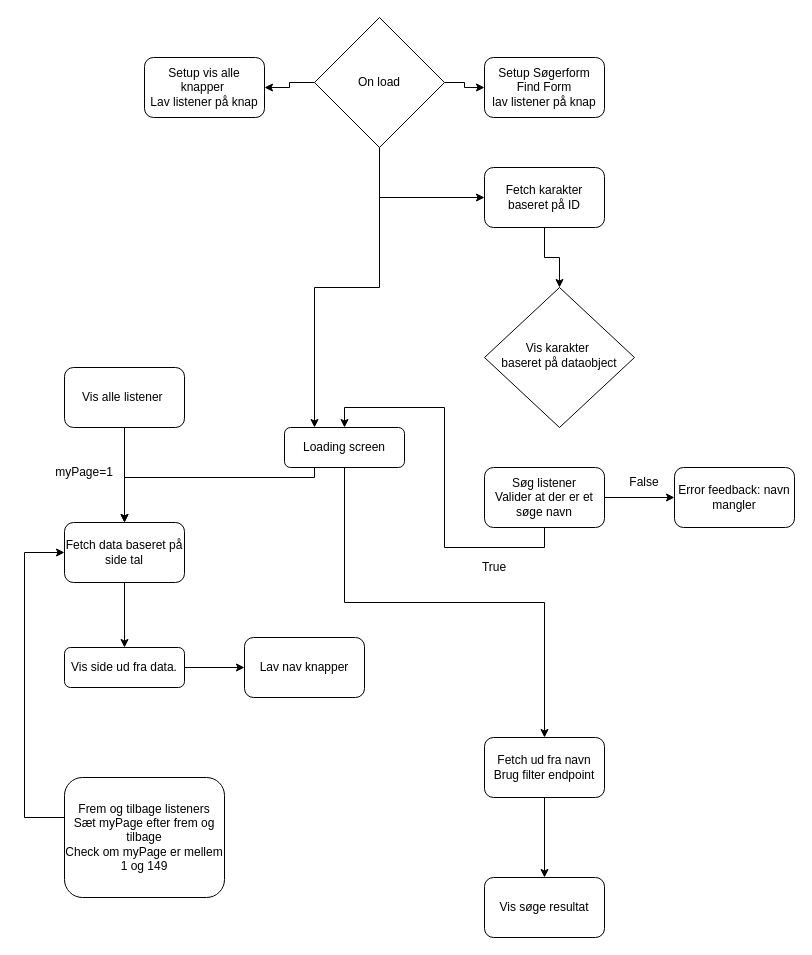
The draw.io diagram Unavngivet diagram.drawio in Highog92/Disney-Sjov, before the edit. Source tidied: cells renumbered, new cells numbered last; positions are measured from the earlier drawing's top-left corner, leaving out a move shared by most shapes. Both pictures are drawn from the tidied source at 100%, with x=0, y=0 at pixel (24, 17).
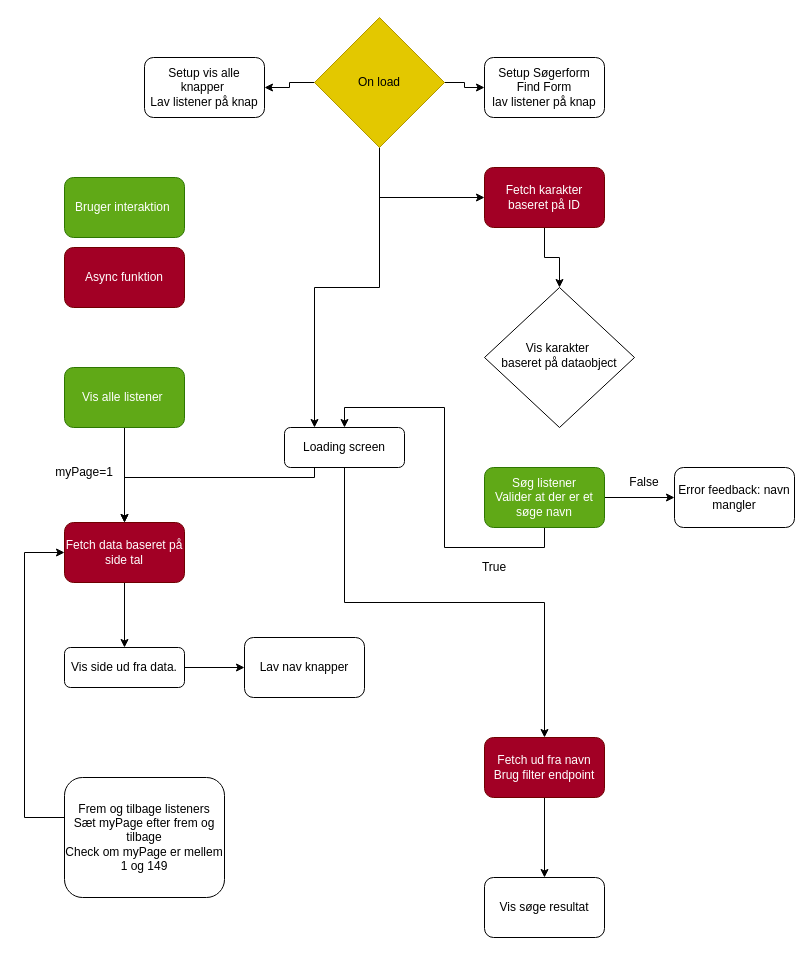
After the change.

What changed in the source:
```diff
@@
-    <mxCell id="9" value="On load" style="rhombus;whiteSpace=wrap;html=1;" parent="1" vertex="1">
+    <mxCell id="9" value="On load" style="rhombus;whiteSpace=wrap;html=1;fillColor=#e3c800;fontColor=#000000;strokeColor=#B09500;" parent="1" vertex="1">
       <mxGeometry x="290" width="130" height="130" as="geometry" />
     </mxCell>
@@
-    <mxCell id="11" value="Fetch karakter baseret på ID" style="rounded=1;whiteSpace=wrap;html=1;" parent="1" vertex="1">
+    <mxCell id="11" value="Fetch karakter baseret på ID" style="rounded=1;whiteSpace=wrap;html=1;fillColor=#a20025;fontColor=#ffffff;strokeColor=#6F0000;" parent="1" vertex="1">
       <mxGeometry x="460" y="150" width="120" height="60" as="geometry" />
     </mxCell>
@@
-    <mxCell id="15" value="Søg listener&lt;br&gt;Valider at der er et søge navn" style="rounded=1;whiteSpace=wrap;html=1;" parent="1" vertex="1">
+    <mxCell id="15" value="Søg listener&lt;br&gt;Valider at der er et søge navn" style="rounded=1;whiteSpace=wrap;html=1;fillColor=#60a917;fontColor=#ffffff;strokeColor=#2D7600;" parent="1" vertex="1">
       <mxGeometry x="460" y="450" width="120" height="60" as="geometry" />
     </mxCell>
@@
-    <mxCell id="18" value="Fetch ud fra navn Brug filter endpoint" style="whiteSpace=wrap;html=1;rounded=1;" parent="1" vertex="1">
+    <mxCell id="18" value="Fetch ud fra navn Brug filter endpoint" style="whiteSpace=wrap;html=1;rounded=1;fillColor=#a20025;fontColor=#ffffff;strokeColor=#6F0000;" parent="1" vertex="1">
       <mxGeometry x="460" y="720" width="120" height="60" as="geometry" />
     </mxCell>
@@
-    <mxCell id="27" value="Vis alle listener&amp;nbsp;" style="rounded=1;whiteSpace=wrap;html=1;" parent="1" vertex="1">
+    <mxCell id="27" value="Vis alle listener&amp;nbsp;" style="rounded=1;whiteSpace=wrap;html=1;fillColor=#60a917;fontColor=#ffffff;strokeColor=#2D7600;" parent="1" vertex="1">
       <mxGeometry x="40" y="350" width="120" height="60" as="geometry" />
     </mxCell>
@@
-    <mxCell id="29" value="Fetch data baseret på side tal" style="rounded=1;whiteSpace=wrap;html=1;" parent="1" vertex="1">
+    <mxCell id="29" value="Fetch data baseret på side tal" style="rounded=1;whiteSpace=wrap;html=1;fillColor=#a20025;fontColor=#ffffff;strokeColor=#6F0000;" parent="1" vertex="1">
       <mxGeometry x="40" y="505" width="120" height="60" as="geometry" />
     </mxCell>
@@
+    <mxCell id="34" value="Bruger interaktion&amp;nbsp;" style="rounded=1;whiteSpace=wrap;html=1;fillColor=#60a917;fontColor=#ffffff;strokeColor=#2D7600;" parent="1" vertex="1">
+      <mxGeometry x="40" y="160" width="120" height="60" as="geometry" />
+    </mxCell>
+    <mxCell id="35" value="Async funktion" style="rounded=1;whiteSpace=wrap;html=1;fillColor=#a20025;fontColor=#ffffff;strokeColor=#6F0000;" parent="1" vertex="1">
+      <mxGeometry x="40" y="230" width="120" height="60" as="geometry" />
+    </mxCell>
```
